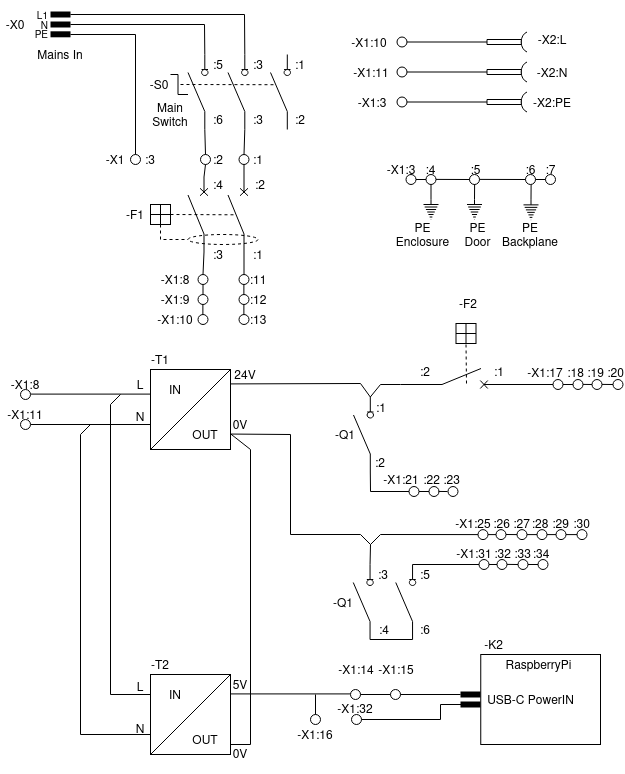
Above: Electronics/electronic cabinet/schematics/PowerSupply.png in jupfi/cosi-measure (draw.io), before the change. Source tidied: cells renumbered, new cells last; positions are measured from the earlier drawing's top-left corner, leaving out a move shared by most shapes.
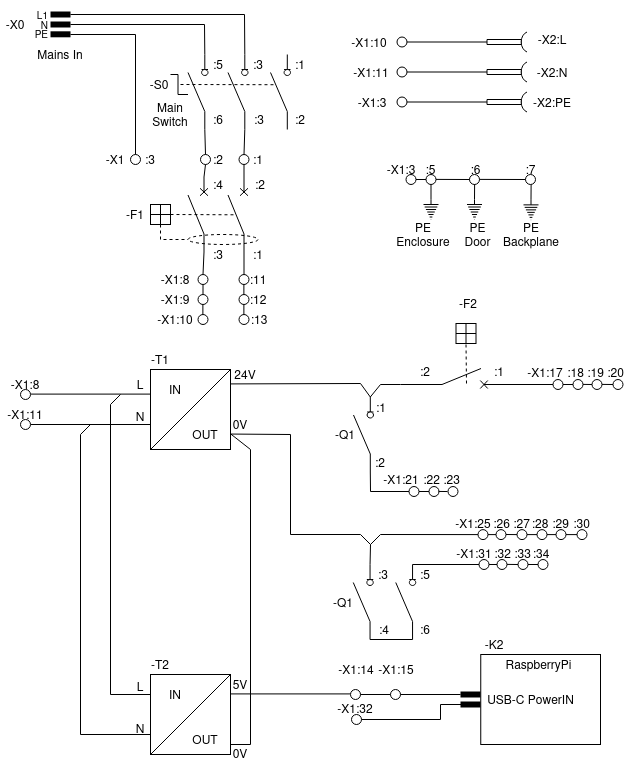
Later version of the same file.

Commit message:
Updated PowerSupply schematic.

Change to the diagram source:
```diff
@@ -556,9 +556,6 @@
     <mxCell id="151" style="verticalLabelPosition=bottom;shadow=0;dashed=0;align=center;html=1;verticalAlign=top;strokeWidth=1;shape=ellipse;perimeter=ellipsePerimeter;" parent="1" vertex="1">
       <mxGeometry x="525" y="170" width="10" height="10" as="geometry" />
     </mxCell>
-    <mxCell id="152" style="verticalLabelPosition=bottom;shadow=0;dashed=0;align=center;html=1;verticalAlign=top;strokeWidth=1;shape=ellipse;perimeter=ellipsePerimeter;" parent="1" vertex="1">
-      <mxGeometry x="545" y="170" width="10" height="10" as="geometry" />
-    </mxCell>
     <mxCell id="153" style="endArrow=none;html=1;rounded=0;entryX=1;entryY=0.5;entryDx=0;entryDy=0;exitX=0;exitY=0.5;exitDx=0;exitDy=0;" parent="1" edge="1" source="149" target="148">
       <mxGeometry relative="1" as="geometry" />
     </mxCell>
@@ -572,24 +569,18 @@
         <mxPoint x="479" y="174.9" as="targetPoint" />
       </mxGeometry>
     </mxCell>
-    <mxCell id="156" style="endArrow=none;html=1;rounded=0;entryX=1;entryY=0.5;entryDx=0;entryDy=0;exitX=0;exitY=0.5;exitDx=0;exitDy=0;" parent="1" edge="1" source="152" target="151">
-      <mxGeometry relative="1" as="geometry" />
-    </mxCell>
     <mxCell id="157" value="&lt;font style=&quot;font-size: 12px;&quot; face=&quot;Helvetica&quot;&gt;-X1:3&lt;/font&gt;" style="text;html=1;strokeColor=none;fillColor=none;align=center;verticalAlign=middle;whiteSpace=wrap;rounded=0;" parent="1" vertex="1">
       <mxGeometry x="375.5" y="150" width="50" height="30" as="geometry" />
     </mxCell>
-    <mxCell id="158" value="&lt;font style=&quot;font-size: 12px;&quot; face=&quot;Helvetica&quot;&gt;:4&lt;/font&gt;" style="text;html=1;strokeColor=none;fillColor=none;align=center;verticalAlign=middle;whiteSpace=wrap;rounded=0;" parent="1" vertex="1">
+    <mxCell id="158" value="&lt;font style=&quot;font-size: 12px;&quot; face=&quot;Helvetica&quot;&gt;:5&lt;/font&gt;" style="text;html=1;strokeColor=none;fillColor=none;align=center;verticalAlign=middle;whiteSpace=wrap;rounded=0;" parent="1" vertex="1">
       <mxGeometry x="421" y="150" width="19" height="30" as="geometry" />
     </mxCell>
-    <mxCell id="159" value="&lt;font style=&quot;font-size: 12px;&quot; face=&quot;Helvetica&quot;&gt;:5&lt;/font&gt;" style="text;html=1;strokeColor=none;fillColor=none;align=center;verticalAlign=middle;whiteSpace=wrap;rounded=0;" parent="1" vertex="1">
+    <mxCell id="159" value="&lt;font style=&quot;font-size: 12px;&quot; face=&quot;Helvetica&quot;&gt;:6&lt;/font&gt;" style="text;html=1;strokeColor=none;fillColor=none;align=center;verticalAlign=middle;whiteSpace=wrap;rounded=0;" parent="1" vertex="1">
       <mxGeometry x="465.5" y="150" width="19" height="30" as="geometry" />
     </mxCell>
-    <mxCell id="160" value="&lt;font style=&quot;font-size: 12px;&quot; face=&quot;Helvetica&quot;&gt;:6&lt;/font&gt;" style="text;html=1;strokeColor=none;fillColor=none;align=center;verticalAlign=middle;whiteSpace=wrap;rounded=0;" parent="1" vertex="1">
+    <mxCell id="160" value="&lt;font style=&quot;font-size: 12px;&quot; face=&quot;Helvetica&quot;&gt;:7&lt;/font&gt;" style="text;html=1;strokeColor=none;fillColor=none;align=center;verticalAlign=middle;whiteSpace=wrap;rounded=0;" parent="1" vertex="1">
       <mxGeometry x="520.5" y="150" width="19" height="30" as="geometry" />
     </mxCell>
-    <mxCell id="161" value="&lt;font style=&quot;font-size: 12px;&quot; face=&quot;Helvetica&quot;&gt;:7&lt;/font&gt;" style="text;html=1;strokeColor=none;fillColor=none;align=center;verticalAlign=middle;whiteSpace=wrap;rounded=0;" parent="1" vertex="1">
-      <mxGeometry x="540.5" y="150" width="19" height="30" as="geometry" />
-    </mxCell>
     <mxCell id="162" style="verticalLabelPosition=bottom;shadow=0;dashed=0;align=center;html=1;verticalAlign=top;shape=mxgraph.electrical.signal_sources.protective_earth;" parent="1" vertex="1">
       <mxGeometry x="423" y="195" width="15" height="20" as="geometry" />
     </mxCell>
@@ -777,17 +768,6 @@
     <mxCell id="214" value="RaspberryPi" style="text;html=1;strokeColor=none;fillColor=none;align=center;verticalAlign=middle;whiteSpace=wrap;rounded=0;" parent="1" vertex="1">
       <mxGeometry x="500.5" y="645" width="74.5" height="30" as="geometry" />
     </mxCell>
-    <mxCell id="215" style="ellipse;whiteSpace=wrap;html=1;" parent="1" vertex="1">
-      <mxGeometry x="310" y="710" width="10" height="10" as="geometry" />
-    </mxCell>
-    <mxCell id="216" style="endArrow=none;html=1;rounded=0;exitX=0.5;exitY=0;exitDx=0;exitDy=0;" parent="1" edge="1" source="215">
-      <mxGeometry relative="1" as="geometry">
-        <mxPoint x="315" y="690" as="targetPoint" />
-      </mxGeometry>
-    </mxCell>
-    <mxCell id="217" value="&lt;font style=&quot;font-size: 12px;&quot; face=&quot;Helvetica&quot;&gt;-X1:16&lt;/font&gt;" style="text;html=1;strokeColor=none;fillColor=none;align=center;verticalAlign=middle;whiteSpace=wrap;rounded=0;" parent="1" vertex="1">
-      <mxGeometry x="290" y="715" width="50" height="30" as="geometry" />
-    </mxCell>
     <mxCell id="218" style="edgeStyle=orthogonalEdgeStyle;rounded=0;jettySize=auto;html=1;exitX=0;exitY=0.8;exitDx=0;exitDy=0;startArrow=none;startFill=0;endArrow=none;endFill=0;" parent="1" edge="1" source="220">
       <mxGeometry relative="1" as="geometry">
         <mxPoint x="400" y="380.1" as="targetPoint" />
```
